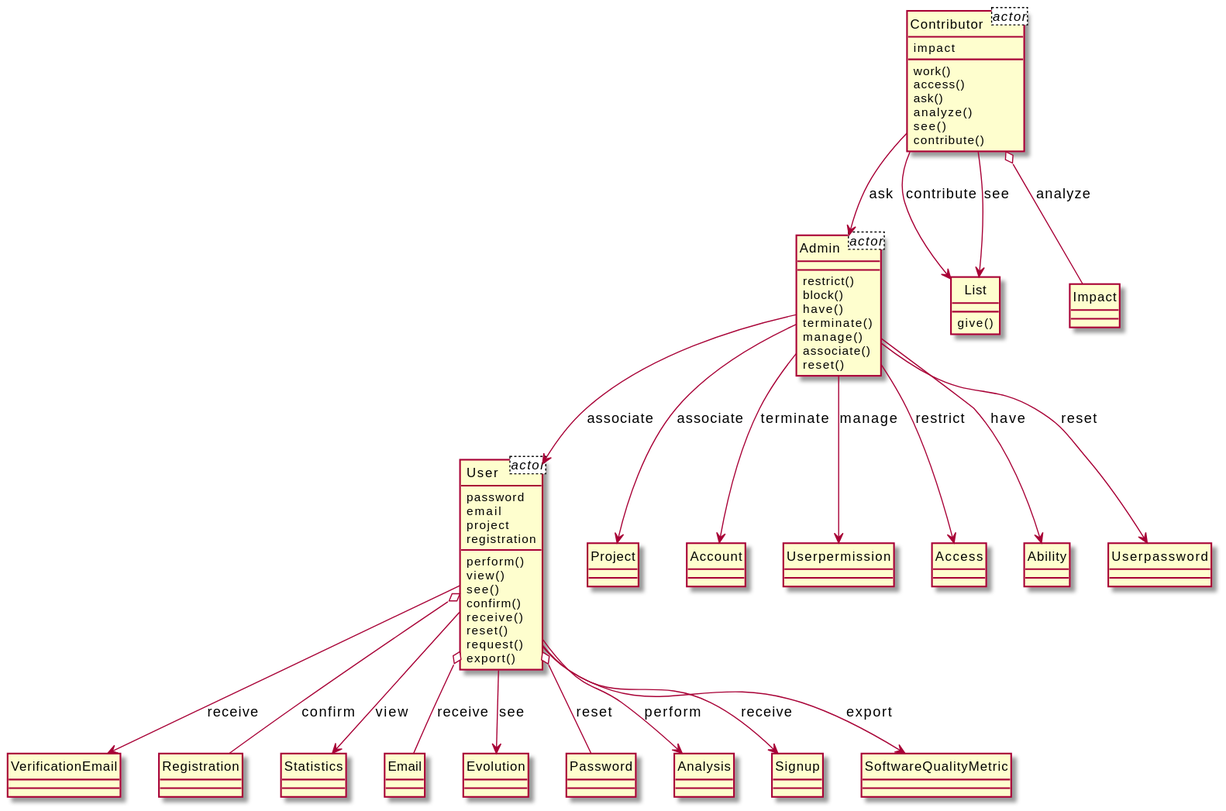
Above: output/diagram_5/2017-USC-Project01.svg in xixixhalu/DomainModelExtractor (PlantUML), before the change.
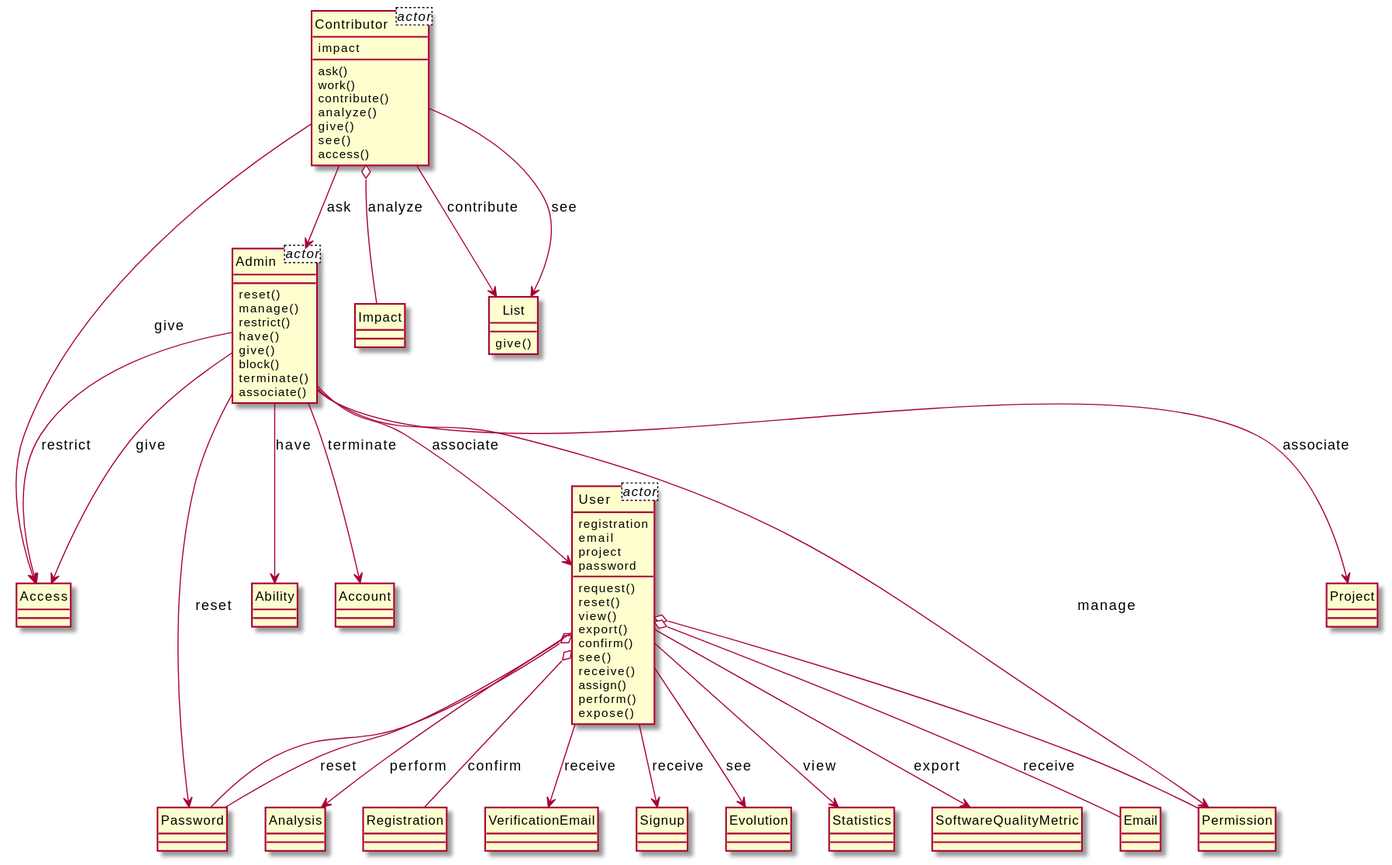
The same file after the commit.

Change to the diagram source:
```diff
@@ -3,94 +3,100 @@
 class Admin<actor> {
 }
 class User<actor> {
-	password
+	registration
 	email
 	project
-	registration
+	password
 }
 class Contributor<actor> {
 	impact
 }
+class Permission {
+}
+class Admin {
+	reset()
+	manage()
+	restrict()
+	have()
+	give()
+	block()
+	terminate()
+	associate()
+}
 class User {
+	request()
+	reset()
+	view()
+	export()
+	confirm()
+	see()
+	receive()
+	assign()
 	perform()
-	view()
+	expose()
+}
+class SoftwareQualityMetric {
+}
+class Contributor {
+	ask()
+	work()
+	contribute()
+	analyze()
+	give()
 	see()
-	confirm()
-	receive()
-	reset()
-	request()
-	export()
+	access()
 }
-class VerificationEmail {
-}
-class Registration {
+class Impact {
 }
 class Statistics {
 }
-class Contributor {
-	work()
-	access()
-	ask()
-	analyze()
-	see()
-	contribute()
+class Email {
+}
+class Project {
+}
+class Access {
+}
+class Password {
+}
+class Analysis {
+}
+class Ability {
 }
 class List {
 	give()
 }
-class Email {
+class Registration {
+}
+class VerificationEmail {
+}
+class Signup {
+}
+class Account {
 }
 class Evolution {
 }
-class Password {
-}
-class Admin {
-	restrict()
-	block()
-	have()
-	terminate()
-	manage()
-	associate()
-	reset()
-}
-class Project {
-}
-class Account {
-}
-class Analysis {
-}
-class Userpermission {
-}
-class Access {
-}
-class Ability {
-}
-class Signup {
-}
-class Impact {
-}
-class SoftwareQualityMetric {
-}
-class Userpassword {
-}
-User o-- Registration : confirm
+User --> SoftwareQualityMetric : export
+Admin --> Access : restrict
+User o-- Password : reset
+User o-- Password
+Admin --> Access : give
+Admin --> Permission : manage
+Contributor --> Admin : ask
 Admin --> Project : associate
+Admin --> Password : reset
+Admin --> Account : terminate
+Contributor --> Access : give
+Admin --> User : associate
+User --> Evolution : see
+User o-- Permission
+User --> Analysis : perform
+Contributor o-- Impact : analyze
+Contributor --> List : see
+Admin --> Ability : have
 User --> Statistics : view
 Contributor --> List : contribute
-Contributor o-- Impact : analyze
-User --> SoftwareQualityMetric : export
-Contributor --> List : see
-Admin --> Userpassword : reset
-Admin --> Account : terminate
+User --> Signup : receive
+User o-- Registration : confirm
+User --> VerificationEmail : receive
 User o-- Email : receive
-User --> Analysis : perform
-Admin --> Userpermission : manage
-User --> Evolution : see
-Admin --> Access : restrict
-Admin --> Ability : have
-User --> Signup : receive
-Contributor --> Admin : ask
-User --> VerificationEmail : receive
-Admin --> User : associate
-User o-- Password : reset
 @enduml
```
